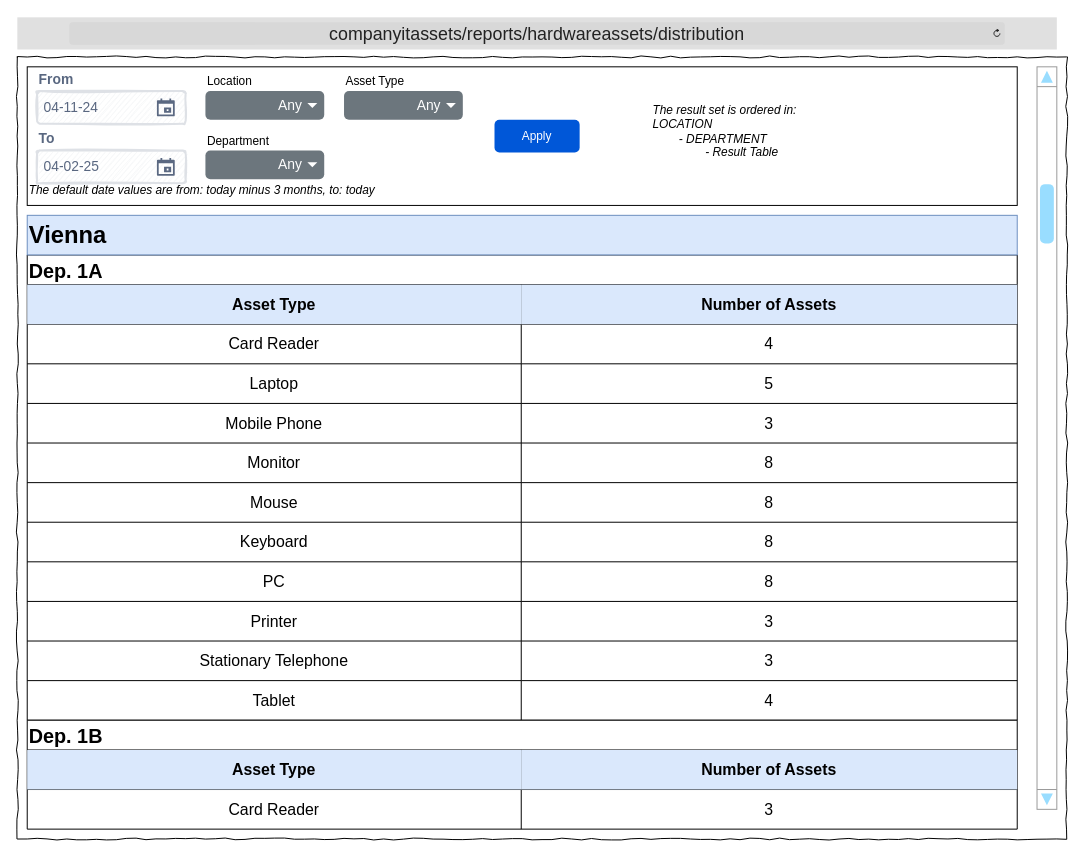
Earlier version of the draw.io diagram Wireframes/ITAT_Reports_HWDistribution.drawio (TRed91/ITAssetTracking). Source tidied: cells renumbered, new cells numbered last; positions are measured from the earlier drawing's top-left corner, leaving out a move shared by most shapes. Both pictures are drawn from the tidied source at 99%, with x=0, y=0 at pixel (17, 17).
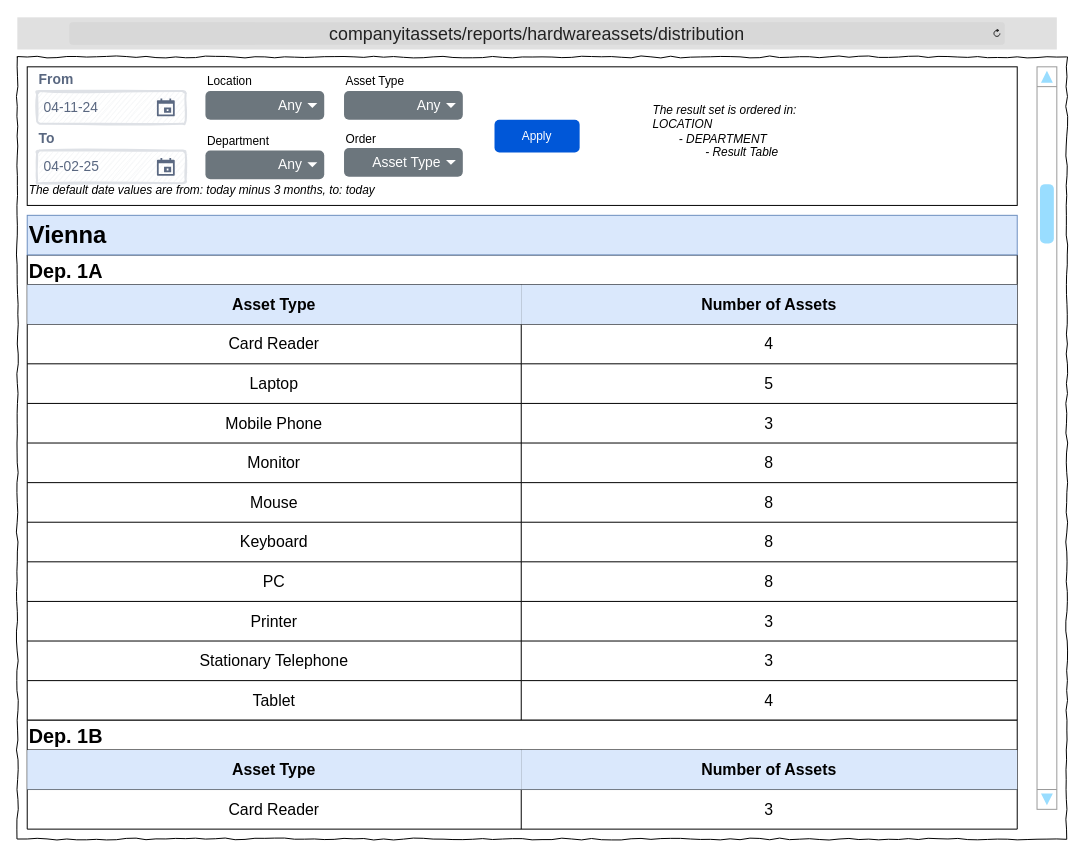
Above is the later version.

The edit, as a diff of the source:
```diff
@@
+    <mxCell id="66" value="Order" style="text;html=1;align=left;verticalAlign=middle;whiteSpace=wrap;rounded=0;" parent="1" vertex="1">
+      <mxGeometry x="330" y="107.5" width="70" height="30" as="geometry" />
+    </mxCell>
+    <mxCell id="67" value="Asset Type" style="html=1;shadow=0;dashed=0;shape=mxgraph.bootstrap.rrect;rSize=5;strokeColor=none;strokeWidth=1;fillColor=#6C767D;fontColor=#ffffff;whiteSpace=wrap;align=right;verticalAlign=middle;fontStyle=0;fontSize=14;spacingRight=20;" parent="1" vertex="1">
+      <mxGeometry x="330" y="132" width="120" height="29" as="geometry" />
+    </mxCell>
+    <mxCell id="68" style="shape=triangle;direction=south;fillColor=#ffffff;strokeColor=none;perimeter=none;" parent="67" vertex="1">
+      <mxGeometry x="1" y="0.5" width="10" height="5" relative="1" as="geometry">
+        <mxPoint x="-17" y="-2.5" as="offset" />
+      </mxGeometry>
+    </mxCell>
```
